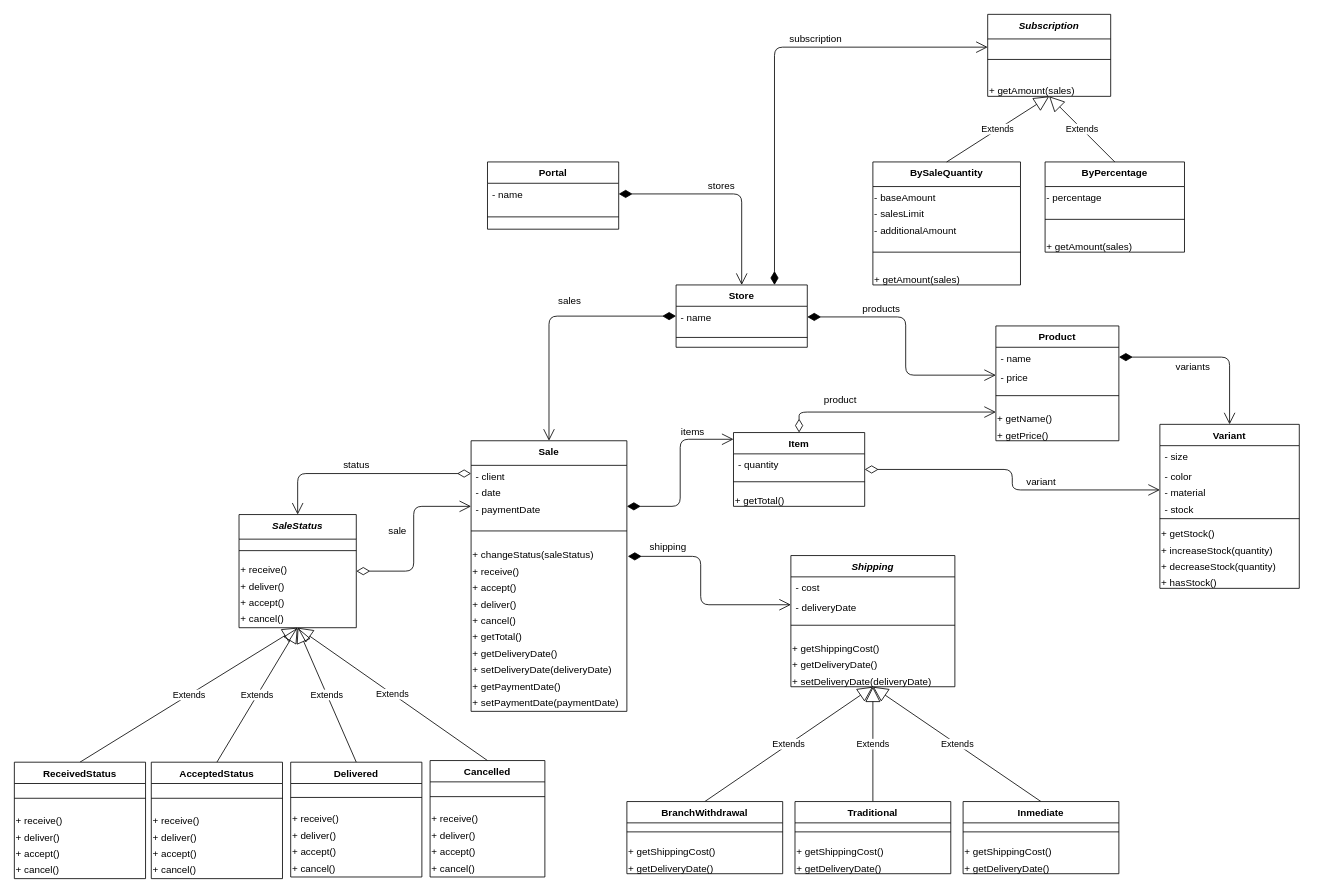
The draw.io diagram doc/tp_cursada.drawio in malexandroff1/tyh_tp_cursada, before the edit. Source tidied: cells renumbered, new cells numbered last; positions are measured from the earlier drawing's top-left corner, leaving out a move shared by most shapes. Both pictures are drawn from the tidied source at 82%, with x=0, y=0 at pixel (14, 14).
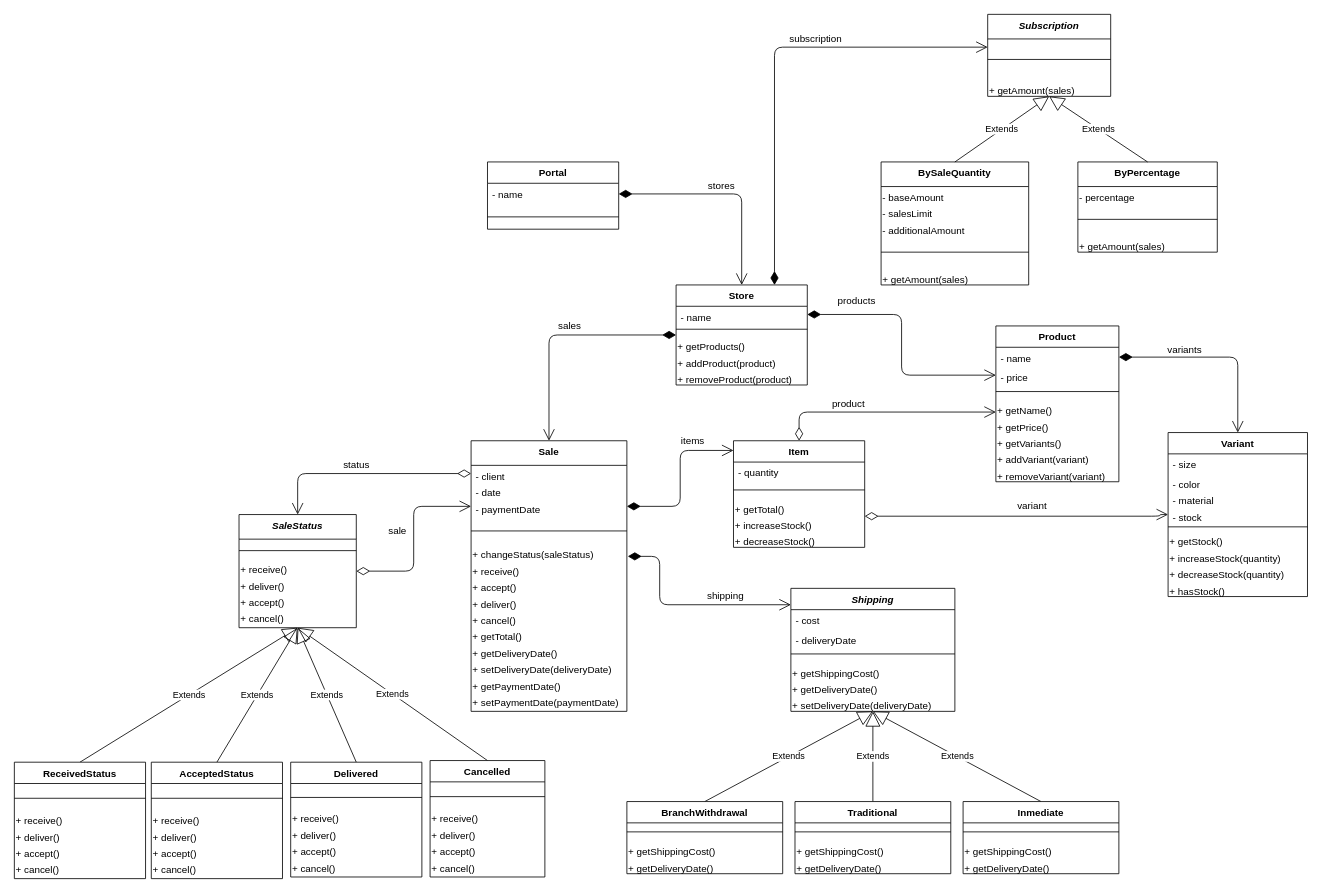
After the change.

Commit message (it also covers changes not shown here):
product class created

Unchanged cells that the change refers to:
```xml
<mxCell id="4" value="- price" style="text;strokeColor=none;fillColor=none;align=left;verticalAlign=top;spacingLeft=4;spacingRight=4;overflow=hidden;points=[[0,0.5],[1,0.5]];portConstraint=eastwest;" parent="2" vertex="1">
  <mxGeometry y="50" width="150" height="20" as="geometry" />
</mxCell>
<mxCell id="11" value="- material" style="text;strokeColor=none;fillColor=none;align=left;verticalAlign=top;spacingLeft=4;spacingRight=4;overflow=hidden;points=[[0,0.5],[1,0.5]];portConstraint=eastwest;" parent="8" vertex="1">
  <mxGeometry y="70" width="170" height="20" as="geometry" />
</mxCell>
<mxCell id="12" value="- stock" style="text;strokeColor=none;fillColor=none;align=left;verticalAlign=top;spacingLeft=4;spacingRight=4;overflow=hidden;points=[[0,0.5],[1,0.5]];portConstraint=eastwest;" parent="8" vertex="1">
  <mxGeometry y="90" width="170" height="20" as="geometry" />
</mxCell>
<mxCell id="23" value="+ changeStatus(saleStatus)" style="text;html=1;align=left;verticalAlign=middle;points=[];strokeColor=none;" parent="18" vertex="1">
  <mxGeometry y="130" width="190" height="20" as="geometry" />
</mxCell>
```

What changed in the source:
```diff
@@
     <mxCell id="2" value="Product" style="swimlane;fontStyle=1;align=center;verticalAlign=top;horizontal=1;startSize=26;" parent="1" vertex="1">
-      <mxGeometry x="1197" y="380" width="150" height="140" as="geometry" />
+      <mxGeometry x="1197" y="380" width="150" height="190" as="geometry" />
     </mxCell>
@@
     <mxCell id="5" style="line;strokeWidth=1;fillColor=none;align=left;verticalAlign=middle;spacingTop=-1;spacingLeft=3;spacingRight=3;labelPosition=right;" parent="2" vertex="1">
-      <mxGeometry y="70" width="150" height="30" as="geometry" />
+      <mxGeometry y="70" width="150" height="20" as="geometry" />
     </mxCell>
     <mxCell id="6" value="&lt;span&gt;+ getName()&lt;/span&gt;" style="text;html=1;align=left;verticalAlign=top;strokeColor=none;" parent="2" vertex="1">
-      <mxGeometry y="100" width="150" height="20" as="geometry" />
+      <mxGeometry y="90" width="150" height="20" as="geometry" />
     </mxCell>
+    <mxCell id="137" value="&lt;span&gt;+ getPrice()&lt;/span&gt;" style="text;html=1;align=left;verticalAlign=top;strokeColor=none;" parent="2" vertex="1">
+      <mxGeometry y="110" width="150" height="20" as="geometry" />
+    </mxCell>
+    <mxCell id="138" value="&lt;span&gt;+ getVariants()&lt;/span&gt;" style="text;html=1;align=left;verticalAlign=top;strokeColor=none;" parent="2" vertex="1">
+      <mxGeometry y="130" width="150" height="20" as="geometry" />
+    </mxCell>
+    <mxCell id="139" value="&lt;span&gt;+ addVariant(variant)&lt;/span&gt;" style="text;html=1;align=left;verticalAlign=top;strokeColor=none;" parent="2" vertex="1">
+      <mxGeometry y="150" width="150" height="20" as="geometry" />
+    </mxCell>
-    <mxCell id="7" value="&lt;span&gt;+ getPrice()&lt;/span&gt;" style="text;html=1;align=left;verticalAlign=top;strokeColor=none;" parent="2" vertex="1">
-      <mxGeometry y="120" width="150" height="20" as="geometry" />
+    <mxCell id="7" value="&lt;span&gt;+ removeVariant(variant)&lt;/span&gt;" style="text;html=1;align=left;verticalAlign=top;strokeColor=none;" parent="2" vertex="1">
+      <mxGeometry y="170" width="150" height="20" as="geometry" />
     </mxCell>
     <mxCell id="8" value="Variant" style="swimlane;fontStyle=1;align=center;verticalAlign=top;horizontal=1;startSize=26;" parent="1" vertex="1">
-      <mxGeometry x="1397" y="500" width="170" height="200" as="geometry" />
+      <mxGeometry x="1407" y="510" width="170" height="200" as="geometry" />
     </mxCell>
@@
     <mxCell id="33" value="Item" style="swimlane;fontStyle=1;align=center;verticalAlign=top;horizontal=1;startSize=26;" parent="1" vertex="1">
-      <mxGeometry x="877" y="510" width="160" height="90" as="geometry" />
+      <mxGeometry x="877" y="520" width="160" height="130" as="geometry" />
     </mxCell>
@@
+    <mxCell id="140" value="+ increaseStock()" style="text;html=1;align=left;verticalAlign=top;strokeColor=none;" parent="33" vertex="1">
+      <mxGeometry y="90" width="160" height="20" as="geometry" />
+    </mxCell>
+    <mxCell id="141" value="+ decreaseStock()" style="text;html=1;align=left;verticalAlign=top;strokeColor=none;" parent="33" vertex="1">
+      <mxGeometry y="110" width="160" height="20" as="geometry" />
+    </mxCell>
     <mxCell id="37" style="line;strokeWidth=1;fillColor=none;align=left;verticalAlign=middle;spacingTop=-1;spacingLeft=3;spacingRight=3;labelPosition=right;" parent="33" vertex="1">
-      <mxGeometry y="90" width="160" as="geometry" />
+      <mxGeometry y="130" width="160" as="geometry" />
     </mxCell>
     <mxCell id="38" value="Shipping" style="swimlane;fontStyle=3;align=center;verticalAlign=top;horizontal=1;startSize=26;" parent="1" vertex="1">
-      <mxGeometry x="947" y="660" width="200" height="160" as="geometry" />
+      <mxGeometry x="947" y="700" width="200" height="150" as="geometry" />
     </mxCell>
@@
     <mxCell id="41" style="line;strokeWidth=1;fillColor=none;align=left;verticalAlign=middle;spacingTop=-1;spacingLeft=3;spacingRight=3;labelPosition=right;" parent="38" vertex="1">
-      <mxGeometry y="70" width="200" height="30" as="geometry" />
+      <mxGeometry y="70" width="200" height="20" as="geometry" />
     </mxCell>
     <mxCell id="42" value="+ getShippingCost()" style="text;html=1;align=left;verticalAlign=top;strokeColor=none;" parent="38" vertex="1">
-      <mxGeometry y="100" width="200" height="20" as="geometry" />
+      <mxGeometry y="90" width="200" height="20" as="geometry" />
     </mxCell>
     <mxCell id="43" value="+ getDeliveryDate()" style="text;html=1;align=left;verticalAlign=top;strokeColor=none;" parent="38" vertex="1">
-      <mxGeometry y="120" width="200" height="20" as="geometry" />
+      <mxGeometry y="110" width="200" height="20" as="geometry" />
     </mxCell>
     <mxCell id="44" value="+ setDeliveryDate(deliveryDate)" style="text;html=1;align=left;verticalAlign=top;strokeColor=none;" parent="38" vertex="1">
-      <mxGeometry y="140" width="200" height="20" as="geometry" />
+      <mxGeometry y="130" width="200" height="20" as="geometry" />
     </mxCell>
@@
     <mxCell id="61" value="BySaleQuantity" style="swimlane;fontStyle=1;align=center;verticalAlign=top;horizontal=1;startSize=30;" parent="1" vertex="1">
-      <mxGeometry x="1047" y="180" width="180" height="150" as="geometry" />
+      <mxGeometry x="1057" y="180" width="180" height="150" as="geometry" />
     </mxCell>
@@
     <mxCell id="67" value="ByPercentage" style="swimlane;fontStyle=1;align=center;verticalAlign=top;horizontal=1;startSize=30;" parent="1" vertex="1">
-      <mxGeometry x="1257" y="180" width="170" height="110" as="geometry" />
+      <mxGeometry x="1297" y="180" width="170" height="110" as="geometry" />
     </mxCell>
@@
     <mxCell id="101" value="Store" style="swimlane;fontStyle=1;align=center;verticalAlign=top;horizontal=1;startSize=26;" parent="1" vertex="1">
-      <mxGeometry x="807" y="330" width="160" height="76" as="geometry" />
+      <mxGeometry x="807" y="330" width="160" height="122" as="geometry" />
     </mxCell>
     <mxCell id="102" value="- name" style="text;strokeColor=none;fillColor=none;align=left;verticalAlign=top;spacingLeft=4;spacingRight=4;overflow=hidden;points=[[0,0.5],[1,0.5]];portConstraint=eastwest;" parent="101" vertex="1">
-      <mxGeometry y="26" width="160" height="26" as="geometry" />
+      <mxGeometry y="26" width="160" height="20" as="geometry" />
     </mxCell>
     <mxCell id="103" style="line;strokeWidth=1;fillColor=none;align=left;verticalAlign=middle;spacingTop=-1;spacingLeft=3;spacingRight=3;labelPosition=right;" parent="101" vertex="1">
-      <mxGeometry y="52" width="160" height="24" as="geometry" />
+      <mxGeometry y="46" width="160" height="16" as="geometry" />
     </mxCell>
+    <mxCell id="142" value="+ getProducts()" style="text;html=1;align=left;verticalAlign=top;strokeColor=none;" parent="101" vertex="1">
+      <mxGeometry y="62" width="160" height="20" as="geometry" />
+    </mxCell>
+    <mxCell id="143" value="+ addProduct(product)" style="text;html=1;align=left;verticalAlign=top;strokeColor=none;" parent="101" vertex="1">
+      <mxGeometry y="82" width="160" height="20" as="geometry" />
+    </mxCell>
+    <mxCell id="144" value="+ removeProduct(product)" style="text;html=1;align=left;verticalAlign=top;strokeColor=none;" parent="101" vertex="1">
+      <mxGeometry y="102" width="160" height="20" as="geometry" />
+    </mxCell>
@@
-    <mxCell id="107" style="endArrow=open;html=1;endSize=12;startArrow=diamondThin;startSize=14;startFill=0;edgeStyle=orthogonalEdgeStyle;align=left;verticalAlign=bottom;entryX=0;entryY=0.5;entryDx=0;entryDy=0;" parent="1" edge="1" source="33" target="11">
-      <mxGeometry x="-0.89" y="15" relative="1" as="geometry" />
+    <mxCell id="107" style="endArrow=open;html=1;endSize=12;startArrow=diamondThin;startSize=14;startFill=0;edgeStyle=orthogonalEdgeStyle;align=left;verticalAlign=bottom;entryX=0;entryY=0.5;entryDx=0;entryDy=0;" parent="1" edge="1" source="33" target="12">
+      <mxGeometry x="-0.89" y="15" relative="1" as="geometry">
+        <Array as="points">
+          <mxPoint x="1397" y="612" />
+        </Array>
+      </mxGeometry>
     </mxCell>
     <mxCell id="108" value="variants" style="text;html=1;align=center;verticalAlign=middle;strokeColor=none;" parent="1" vertex="1">
-      <mxGeometry x="1407" y="420" width="60" height="20" as="geometry" />
+      <mxGeometry x="1397" y="400" width="60" height="20" as="geometry" />
     </mxCell>
@@
     <mxCell id="111" value="sales" style="text;html=1;align=center;verticalAlign=middle;strokeColor=none;" parent="1" vertex="1">
-      <mxGeometry x="657" y="340" width="40" height="20" as="geometry" />
+      <mxGeometry x="657" y="370" width="40" height="20" as="geometry" />
     </mxCell>
-    <mxCell id="112" style="endArrow=open;html=1;endSize=12;startArrow=diamondThin;startSize=14;startFill=1;edgeStyle=orthogonalEdgeStyle;align=left;verticalAlign=bottom;exitX=1;exitY=0.5;exitDx=0;exitDy=0;entryX=0;entryY=0.5;entryDx=0;entryDy=0;" parent="1" edge="1" source="102" target="4">
-      <mxGeometry x="-1" y="142" relative="1" as="geometry">
-        <Array as="points">
-          <mxPoint x="1087" y="369" />
-          <mxPoint x="1087" y="440" />
-        </Array>
-        <mxPoint x="-30" y="3" as="offset" />
-      </mxGeometry>
-    </mxCell>
@@
     <mxCell id="116" value="variant" style="text;html=1;align=center;verticalAlign=middle;strokeColor=none;" parent="1" vertex="1">
-      <mxGeometry x="1227" y="560" width="50" height="20" as="geometry" />
+      <mxGeometry x="1216" y="590" width="50" height="20" as="geometry" />
     </mxCell>
     <mxCell id="117" value="items" style="text;html=1;align=center;verticalAlign=middle;strokeColor=none;" parent="1" vertex="1">
-      <mxGeometry x="807" y="500" width="40" height="20" as="geometry" />
+      <mxGeometry x="807" y="510" width="40" height="20" as="geometry" />
     </mxCell>
     <mxCell id="118" value="shipping" style="text;html=1;align=center;verticalAlign=middle;strokeColor=none;" parent="1" vertex="1">
-      <mxGeometry x="767" y="640" width="60" height="20" as="geometry" />
+      <mxGeometry x="837" y="700" width="60" height="20" as="geometry" />
     </mxCell>
     <mxCell id="119" value="products" style="text;html=1;align=center;verticalAlign=middle;strokeColor=none;" parent="1" vertex="1">
-      <mxGeometry x="1027" y="350" width="60" height="20" as="geometry" />
+      <mxGeometry x="997" y="340" width="60" height="20" as="geometry" />
     </mxCell>
@@
     <mxCell id="123" value="product" style="text;html=1;align=center;verticalAlign=middle;strokeColor=none;" parent="1" vertex="1">
-      <mxGeometry x="977" y="460" width="60" height="20" as="geometry" />
+      <mxGeometry x="987" y="465" width="60" height="20" as="geometry" />
     </mxCell>
@@
     <mxCell id="127" style="endArrow=open;html=1;endSize=12;startArrow=diamondThin;startSize=14;startFill=1;edgeStyle=orthogonalEdgeStyle;align=left;verticalAlign=bottom;entryX=0;entryY=0.5;entryDx=0;entryDy=0;exitX=1.006;exitY=0.55;exitDx=0;exitDy=0;exitPerimeter=0;" parent="1" edge="1" source="23">
       <mxGeometry x="-0.6" y="31" relative="1" as="geometry">
         <mxPoint x="947" y="720" as="targetPoint" />
         <Array as="points">
-          <mxPoint x="837" y="661" />
-          <mxPoint x="837" y="720" />
+          <mxPoint x="787" y="661" />
+          <mxPoint x="787" y="720" />
         </Array>
       </mxGeometry>
     </mxCell>
@@
+    <mxCell id="112" style="endArrow=open;html=1;endSize=12;startArrow=diamondThin;startSize=14;startFill=1;edgeStyle=orthogonalEdgeStyle;align=left;verticalAlign=bottom;entryX=0;entryY=0.5;entryDx=0;entryDy=0;exitX=1;exitY=0.5;exitDx=0;exitDy=0;" parent="1" edge="1" source="102" target="4">
+      <mxGeometry x="-0.91" y="60" relative="1" as="geometry" />
+    </mxCell>
```
